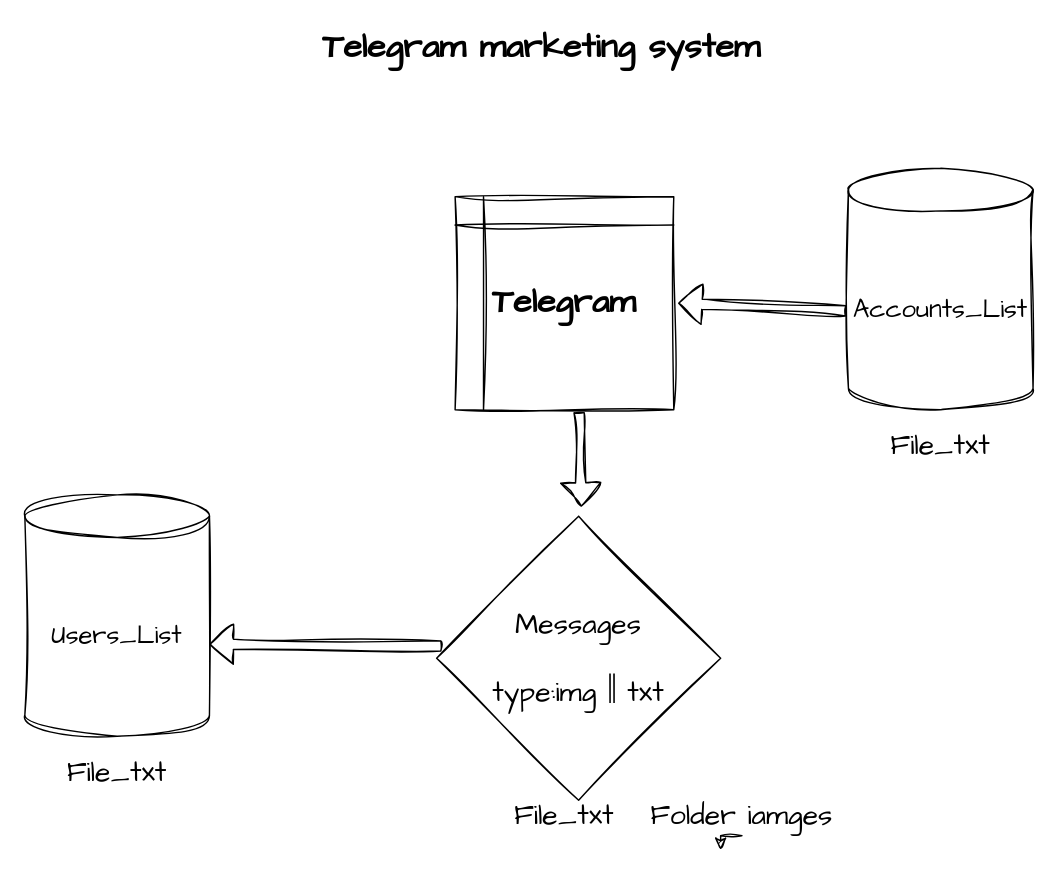
eslamalbaik/draw.io keeps this draw.io diagram as Untitled Diagram.drawio. Above is the earlier version. Source tidied: cells renumbered, new cells numbered last; positions are measured from the earlier drawing's top-left corner, leaving out a move shared by most shapes. Both pictures are drawn from the tidied source at 142%, with x=0, y=0 at pixel (24, 26).
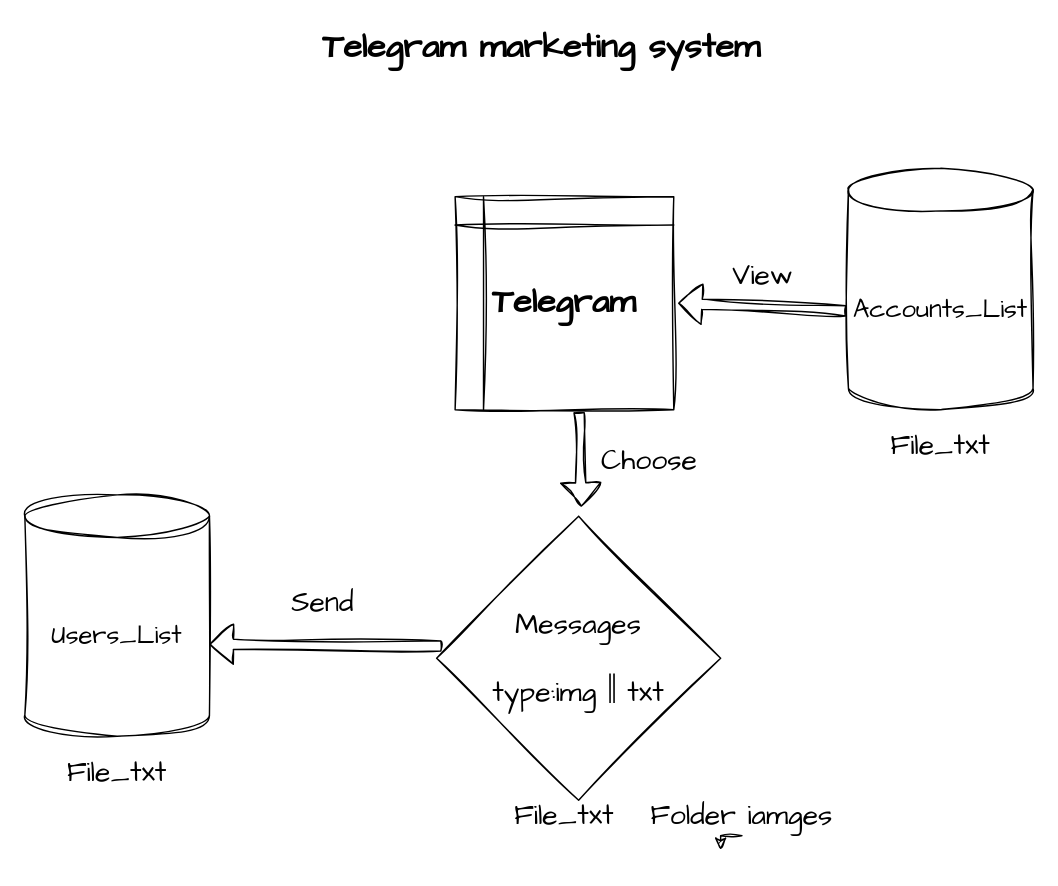
Above is the later version.

Diff of the diagram source:
```diff
@@
 <mxGraphModel>
   <root>
     <mxCell id="0" />
     <mxCell id="1" parent="0" />
     <mxCell id="2" value="&lt;b&gt;&lt;font style=&quot;font-size: 24px;&quot;&gt;Telegram marketing system&lt;/font&gt;&lt;/b&gt;" style="text;html=1;strokeColor=none;fillColor=none;align=center;verticalAlign=middle;whiteSpace=wrap;rounded=0;fontSize=20;fontFamily=Architects Daughter;" parent="1" vertex="1">
       <mxGeometry x="139" width="450" height="30" as="geometry" />
     </mxCell>
     <mxCell id="3" value="&lt;font style=&quot;font-size: 18px;&quot;&gt;Accounts_List&lt;/font&gt;" style="shape=cylinder3;whiteSpace=wrap;html=1;boundedLbl=1;backgroundOutline=1;size=15;sketch=1;hachureGap=4;jiggle=2;curveFitting=1;fontFamily=Architects Daughter;fontSize=20;" parent="1" vertex="1">
       <mxGeometry x="580" y="100" width="130" height="170" as="geometry" />
     </mxCell>
     <mxCell id="4" value="&lt;font style=&quot;font-size: 18px;&quot;&gt;Users_List&lt;/font&gt;" style="shape=cylinder3;whiteSpace=wrap;html=1;boundedLbl=1;backgroundOutline=1;size=15;sketch=1;hachureGap=4;jiggle=2;curveFitting=1;fontFamily=Architects Daughter;fontSize=20;" parent="1" vertex="1">
       <mxGeometry y="330" width="130" height="170" as="geometry" />
     </mxCell>
     <mxCell id="5" value="Messages&lt;br&gt;&lt;br&gt;type:img || txt" style="rhombus;whiteSpace=wrap;html=1;sketch=1;hachureGap=4;jiggle=2;curveFitting=1;fontFamily=Architects Daughter;fontSize=20;" parent="1" vertex="1">
       <mxGeometry x="290" y="345" width="200" height="200" as="geometry" />
     </mxCell>
     <mxCell id="6" value="&lt;b style=&quot;border-color: var(--border-color);&quot;&gt;&lt;font style=&quot;border-color: var(--border-color); font-size: 24px;&quot;&gt;&amp;nbsp;Telegram&amp;nbsp;&lt;/font&gt;&lt;/b&gt;" style="shape=internalStorage;whiteSpace=wrap;html=1;backgroundOutline=1;sketch=1;hachureGap=4;jiggle=2;curveFitting=1;fontFamily=Architects Daughter;fontSize=20;" parent="1" vertex="1">
       <mxGeometry x="303" y="120" width="154" height="150" as="geometry" />
     </mxCell>
     <mxCell id="7" style="shape=flexArrow;endArrow=classic;html=1;rounded=0;sketch=1;hachureGap=4;jiggle=2;curveFitting=1;fontFamily=Architects Daughter;fontSize=16;exitX=-0.012;exitY=0.591;exitDx=0;exitDy=0;exitPerimeter=0;width=7.2;endSize=5.128;" parent="1" edge="1" source="3">
       <mxGeometry relative="1" as="geometry">
         <mxPoint x="460" y="195" as="targetPoint" />
       </mxGeometry>
     </mxCell>
     <mxCell id="8" style="shape=flexArrow;endArrow=classic;html=1;rounded=0;sketch=1;hachureGap=4;jiggle=2;curveFitting=1;fontFamily=Architects Daughter;fontSize=16;width=7.2;endSize=5.128;exitX=0.567;exitY=1.011;exitDx=0;exitDy=0;exitPerimeter=0;entryX=0.509;entryY=-0.033;entryDx=0;entryDy=0;entryPerimeter=0;" parent="1" edge="1" source="6" target="5">
       <mxGeometry relative="1" as="geometry" />
     </mxCell>
     <mxCell id="9" style="shape=flexArrow;endArrow=classic;html=1;rounded=0;sketch=1;hachureGap=4;jiggle=2;curveFitting=1;fontFamily=Architects Daughter;fontSize=16;exitX=0.017;exitY=0.457;exitDx=0;exitDy=0;exitPerimeter=0;width=7.2;endSize=5.128;entryX=1;entryY=0.618;entryDx=0;entryDy=0;entryPerimeter=0;" parent="1" edge="1" source="5" target="4">
       <mxGeometry relative="1" as="geometry" />
     </mxCell>
     <mxCell id="10" value="File_txt" style="text;html=1;strokeColor=none;fillColor=none;align=center;verticalAlign=middle;whiteSpace=wrap;rounded=0;fontSize=20;fontFamily=Architects Daughter;" parent="1" vertex="1">
       <mxGeometry x="615" y="280" width="60" height="30" as="geometry" />
     </mxCell>
     <mxCell id="11" value="File_txt" style="text;html=1;strokeColor=none;fillColor=none;align=center;verticalAlign=middle;whiteSpace=wrap;rounded=0;fontSize=20;fontFamily=Architects Daughter;" parent="1" vertex="1">
       <mxGeometry x="350" y="540" width="60" height="30" as="geometry" />
     </mxCell>
     <mxCell id="12" style="edgeStyle=orthogonalEdgeStyle;rounded=0;sketch=1;hachureGap=4;jiggle=2;curveFitting=1;jettySize=auto;html=1;exitX=0.5;exitY=1;exitDx=0;exitDy=0;fontFamily=Architects Daughter;fontSize=16;" parent="1" edge="1" source="13">
       <mxGeometry relative="1" as="geometry">
         <mxPoint x="490" y="580" as="targetPoint" />
       </mxGeometry>
     </mxCell>
     <mxCell id="13" value="Folder iamges" style="text;html=1;strokeColor=none;fillColor=none;align=center;verticalAlign=middle;whiteSpace=wrap;rounded=0;fontSize=20;fontFamily=Architects Daughter;" parent="1" vertex="1">
       <mxGeometry x="430" y="540" width="150" height="30" as="geometry" />
     </mxCell>
     <mxCell id="14" value="File_txt" style="text;html=1;strokeColor=none;fillColor=none;align=center;verticalAlign=middle;whiteSpace=wrap;rounded=0;fontSize=20;fontFamily=Architects Daughter;" parent="1" vertex="1">
       <mxGeometry x="35" y="510" width="60" height="30" as="geometry" />
     </mxCell>
+    <mxCell id="15" value="View" style="text;html=1;strokeColor=none;fillColor=none;align=center;verticalAlign=middle;whiteSpace=wrap;rounded=0;fontSize=20;fontFamily=Architects Daughter;" parent="1" vertex="1">
+      <mxGeometry x="490" y="160" width="60" height="30" as="geometry" />
+    </mxCell>
+    <mxCell id="16" value="Choose" style="text;html=1;strokeColor=none;fillColor=none;align=center;verticalAlign=middle;whiteSpace=wrap;rounded=0;fontSize=20;fontFamily=Architects Daughter;" parent="1" vertex="1">
+      <mxGeometry x="410" y="290" width="60" height="30" as="geometry" />
+    </mxCell>
+    <mxCell id="17" value="Send" style="text;html=1;strokeColor=none;fillColor=none;align=center;verticalAlign=middle;whiteSpace=wrap;rounded=0;fontSize=20;fontFamily=Architects Daughter;" parent="1" vertex="1">
+      <mxGeometry x="180" y="390" width="60" height="30" as="geometry" />
+    </mxCell>
   </root>
 </mxGraphModel>
```
